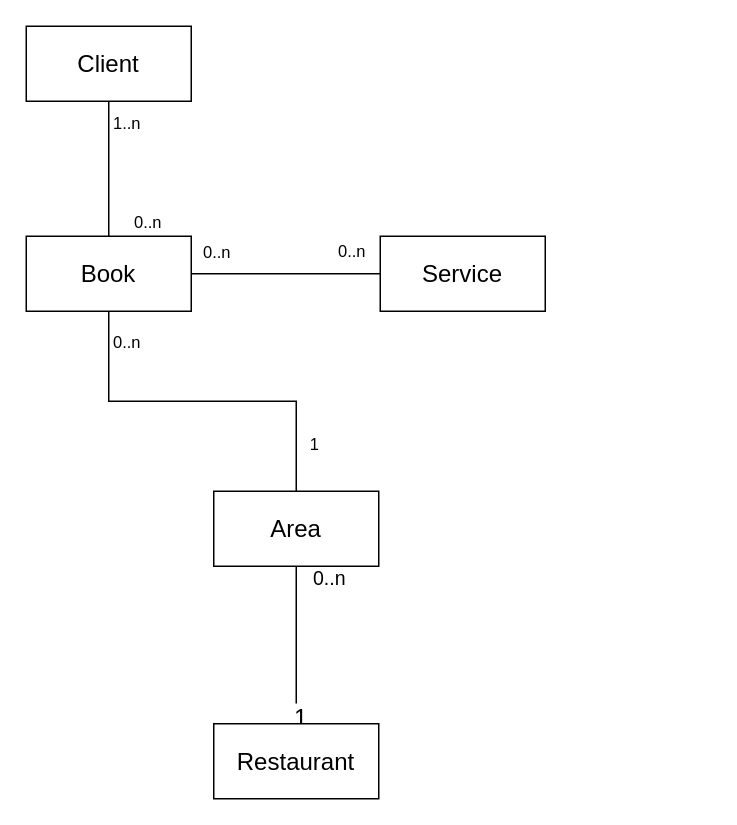
Above: page "BasicClass" (1 of 5) of models/tempus-UML.drawio in Lopez10/tempus-backend (draw.io), before the change. Source tidied: cells renumbered, new cells numbered last; positions are measured from the earlier drawing's top-left corner, leaving out a move shared by most shapes. Both pictures are drawn from the tidied source at 150%, with x=0, y=0 at pixel (26, 26).
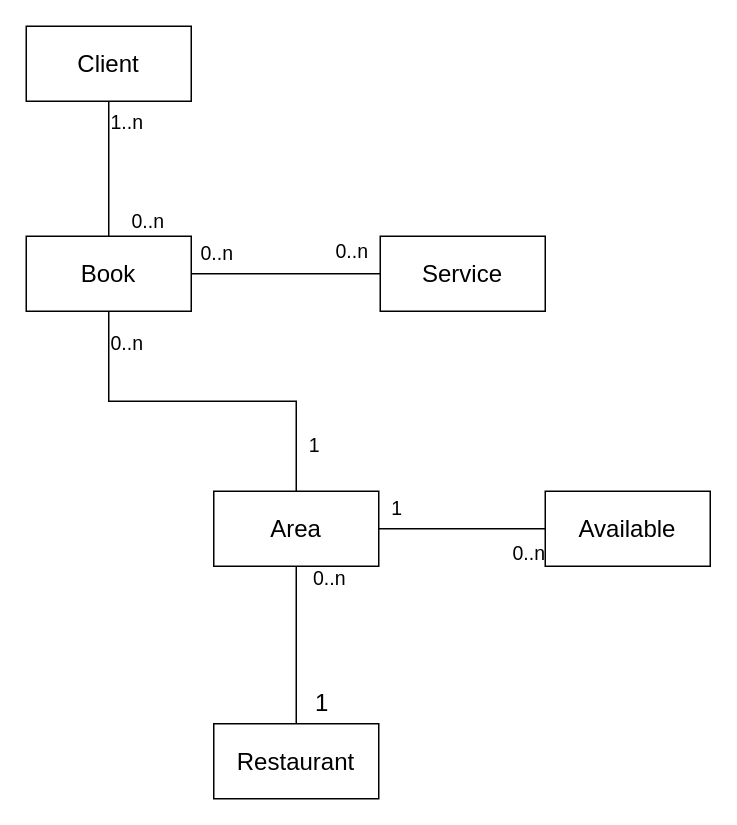
Above is the later version.

Commit message (it also covers changes not shown here):
Add maxCapacity, restaurantId, and books to Area entity; Add Available model

Unchanged cells that the change refers to:
```xml
<mxCell id="2" style="edgeStyle=none;curved=1;rounded=0;jettySize=auto;html=1;exitX=0.5;exitY=0;exitDx=0;exitDy=0;entryX=0.5;entryY=1;entryDx=0;entryDy=0;fontSize=12;startSize=8;endSize=8;endArrow=none;endFill=0;" parent="1" edge="1" source="7" target="8">
  <mxGeometry relative="1" as="geometry" />
</mxCell>
<mxCell id="5" style="edgeStyle=orthogonalEdgeStyle;rounded=0;html=1;exitX=1;exitY=0.5;exitDx=0;exitDy=0;endArrow=none;endFill=0;entryX=0;entryY=0.5;entryDx=0;entryDy=0;" parent="1" edge="1" source="7" target="17">
  <mxGeometry relative="1" as="geometry" />
</mxCell>
<mxCell id="9" style="edgeStyle=orthogonalEdgeStyle;rounded=0;jettySize=auto;html=1;exitX=0.5;exitY=0;exitDx=0;exitDy=0;entryX=0.5;entryY=1;entryDx=0;entryDy=0;fontSize=12;startSize=8;endSize=8;endArrow=none;endFill=0;" parent="1" edge="1" source="12" target="16">
  <mxGeometry relative="1" as="geometry" />
</mxCell>
<mxCell id="13" style="edgeStyle=orthogonalEdgeStyle;html=1;exitX=0.5;exitY=0;exitDx=0;exitDy=0;entryX=0.5;entryY=1;entryDx=0;entryDy=0;endArrow=none;endFill=0;rounded=0;" parent="1" edge="1" source="16" target="7">
  <mxGeometry relative="1" as="geometry" />
</mxCell>
```

Change to the diagram source:
```diff
@@
-    <mxCell id="3" value="&lt;font style=&quot;font-size: 11px;&quot;&gt;1..n&lt;/font&gt;" style="edgeLabel;html=1;align=center;verticalAlign=middle;fontSize=16;" parent="2" vertex="1">
+    <mxCell id="3" value="&lt;font style=&quot;font-size: 13px;&quot;&gt;1..n&lt;/font&gt;" style="edgeLabel;html=1;align=center;verticalAlign=middle;fontSize=16;" parent="2" vertex="1">
       <mxGeometry x="0.73" y="-1" relative="1" as="geometry">
         <mxPoint x="10" as="offset" />
       </mxGeometry>
     </mxCell>
-    <mxCell id="4" value="&lt;font style=&quot;font-size: 11px;&quot;&gt;0..n&lt;/font&gt;" style="edgeLabel;html=1;align=center;verticalAlign=middle;fontSize=16;" parent="2" vertex="1">
+    <mxCell id="4" value="&lt;font style=&quot;font-size: 13px;&quot;&gt;0..n&lt;/font&gt;" style="edgeLabel;html=1;align=center;verticalAlign=middle;fontSize=16;" parent="2" vertex="1">
       <mxGeometry x="-0.73" y="-2" relative="1" as="geometry">
         <mxPoint x="23" as="offset" />
       </mxGeometry>
     </mxCell>
@@
-    <mxCell id="6" value="&lt;font style=&quot;font-size: 11px;&quot;&gt;0..n&lt;/font&gt;" style="edgeLabel;html=1;align=center;verticalAlign=middle;" parent="5" vertex="1">
+    <mxCell id="6" value="&lt;font style=&quot;font-size: 13px;&quot;&gt;0..n&lt;/font&gt;" style="edgeLabel;html=1;align=center;verticalAlign=middle;" parent="5" vertex="1">
       <mxGeometry x="-0.74" y="-1" relative="1" as="geometry">
         <mxPoint y="-16" as="offset" />
       </mxGeometry>
     </mxCell>
@@
     <mxCell id="10" value="1" style="edgeLabel;html=1;align=center;verticalAlign=middle;fontSize=16;" parent="9" vertex="1">
-      <mxGeometry x="-0.91" y="-2" relative="1" as="geometry" />
+      <mxGeometry x="-0.91" y="-2" relative="1" as="geometry">
+        <mxPoint x="14" y="-10" as="offset" />
+      </mxGeometry>
     </mxCell>
@@
-    <mxCell id="14" value="1" style="edgeLabel;html=1;align=center;verticalAlign=middle;" parent="13" vertex="1">
+    <mxCell id="14" value="&lt;font style=&quot;font-size: 13px;&quot;&gt;1&lt;/font&gt;" style="edgeLabel;html=1;align=center;verticalAlign=middle;" parent="13" vertex="1">
       <mxGeometry x="-0.74" relative="1" as="geometry">
         <mxPoint x="11" as="offset" />
       </mxGeometry>
     </mxCell>
-    <mxCell id="15" value="0..n" style="edgeLabel;html=1;align=center;verticalAlign=middle;" parent="13" vertex="1">
+    <mxCell id="15" value="&lt;font style=&quot;font-size: 13px;&quot;&gt;0..n&lt;/font&gt;" style="edgeLabel;html=1;align=center;verticalAlign=middle;" parent="13" vertex="1">
       <mxGeometry x="0.7" y="-2" relative="1" as="geometry">
         <mxPoint x="9" y="-17" as="offset" />
       </mxGeometry>
     </mxCell>
+    <mxCell id="19" style="edgeStyle=none;html=1;entryX=0;entryY=0.5;entryDx=0;entryDy=0;endArrow=none;endFill=0;" parent="1" edge="1" target="22">
+      <mxGeometry relative="1" as="geometry">
+        <mxPoint x="235" y="335" as="sourcePoint" />
+      </mxGeometry>
+    </mxCell>
+    <mxCell id="20" value="&lt;font style=&quot;font-size: 13px;&quot;&gt;0..n&lt;/font&gt;" style="edgeLabel;html=1;align=center;verticalAlign=middle;" parent="19" vertex="1">
+      <mxGeometry x="0.78" y="-2" relative="1" as="geometry">
+        <mxPoint y="13" as="offset" />
+      </mxGeometry>
+    </mxCell>
+    <mxCell id="21" value="&lt;font style=&quot;font-size: 13px;&quot;&gt;1&lt;/font&gt;" style="edgeLabel;html=1;align=center;verticalAlign=middle;" parent="19" vertex="1">
+      <mxGeometry x="-0.72" y="-1" relative="1" as="geometry">
+        <mxPoint x="-5" y="-16" as="offset" />
+      </mxGeometry>
+    </mxCell>
@@
-    <mxCell id="18" value="&lt;font style=&quot;font-size: 11px;&quot;&gt;0..n&lt;/font&gt;" style="edgeLabel;html=1;align=center;verticalAlign=middle;" parent="1" vertex="1">
+    <mxCell id="18" value="&lt;font style=&quot;font-size: 13px;&quot;&gt;0..n&lt;/font&gt;" style="edgeLabel;html=1;align=center;verticalAlign=middle;" parent="1" vertex="1">
       <mxGeometry x="166" y="160" as="geometry">
         <mxPoint x="50" y="-11" as="offset" />
       </mxGeometry>
     </mxCell>
+    <mxCell id="22" value="Available" style="html=1;whiteSpace=wrap;fontSize=16;" parent="1" vertex="1">
+      <mxGeometry x="346" y="310" width="110" height="50" as="geometry" />
+    </mxCell>
```
